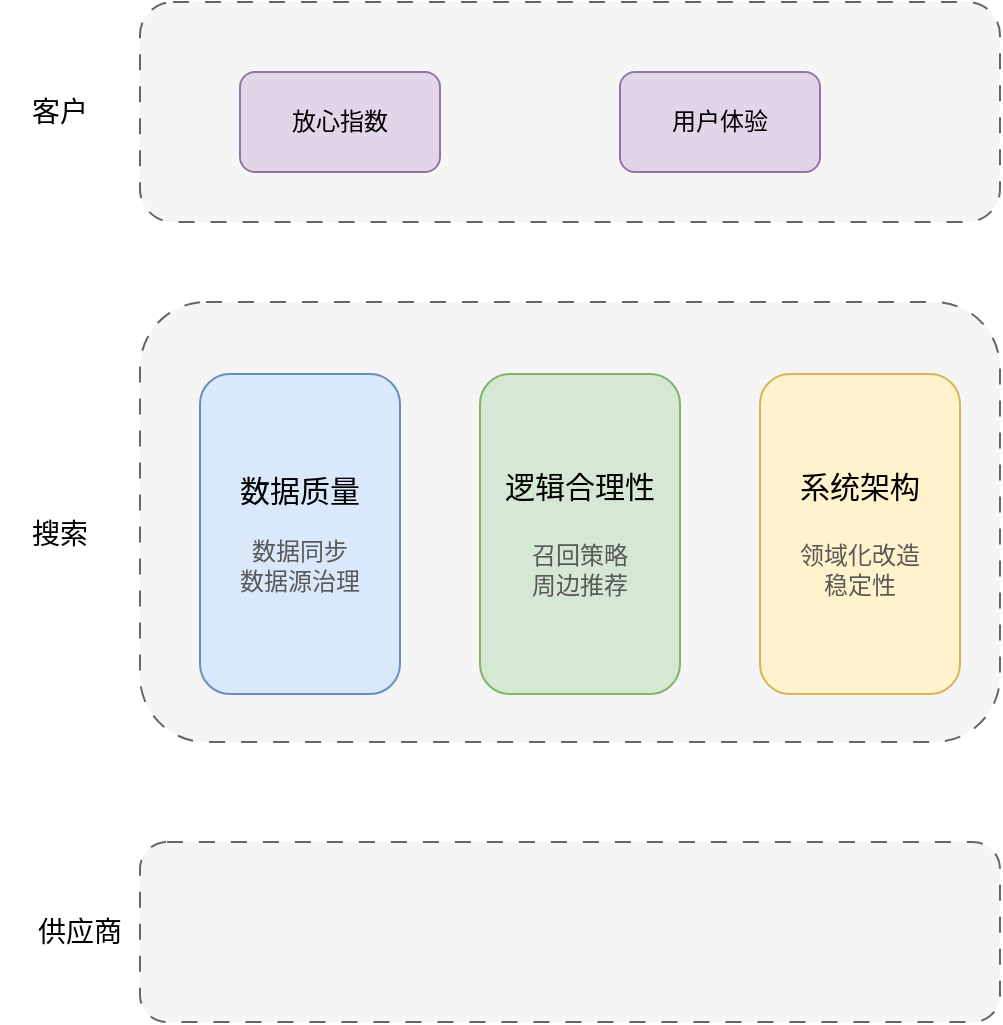
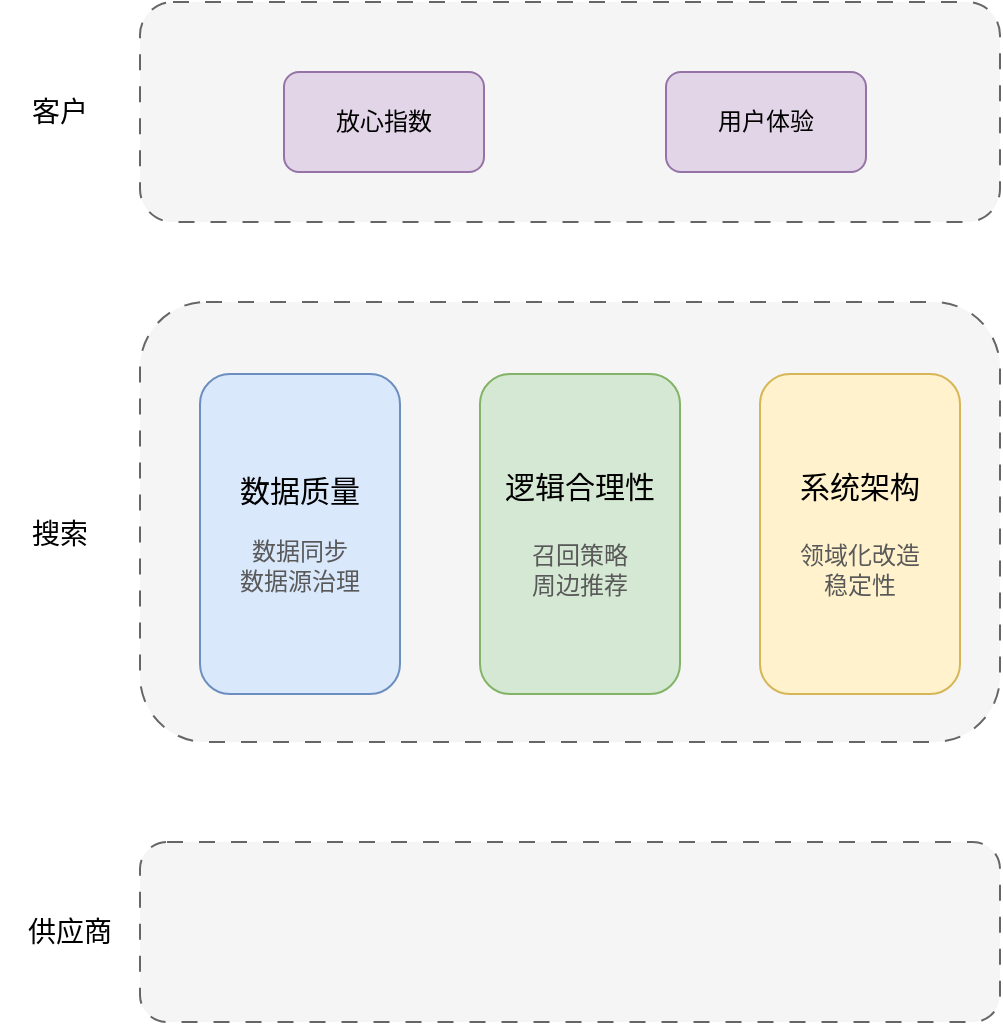
<mxfile host="app.diagrams.net">
  <diagram name="Page-1" id="1cR07LBDFx1RoSJZ6Wql">
-     <mxGraphModel dx="1174" dy="696" grid="1" gridSize="10" guides="1" tooltips="1" connect="1" arrows="1" fold="1" page="1" pageScale="1" pageWidth="850" pageHeight="1100" math="0" shadow="0">
+     <mxGraphModel dx="1414" dy="743" grid="1" gridSize="10" guides="1" tooltips="1" connect="1" arrows="1" fold="1" page="1" pageScale="1" pageWidth="850" pageHeight="1100" math="0" shadow="0">
      <root>
        <mxCell id="0" />
        <mxCell id="1" parent="0" />
        <mxCell id="Adaqf0mwLsDgr5pI4iPU-1" parent="1" style="rounded=1;whiteSpace=wrap;html=1;dashed=1;dashPattern=8 8;fillColor=#f5f5f5;fontColor=#333333;strokeColor=#666666;" value="" vertex="1">
          <mxGeometry height="110" width="430" x="80" y="40" as="geometry" />
        </mxCell>
        <mxCell id="Adaqf0mwLsDgr5pI4iPU-2" parent="1" style="text;html=1;whiteSpace=wrap;strokeColor=none;fillColor=none;align=center;verticalAlign=middle;rounded=0;fontSize=14;" value="客户" vertex="1">
          <mxGeometry height="30" width="60" x="10" y="80" as="geometry" />
        </mxCell>
        <mxCell id="Adaqf0mwLsDgr5pI4iPU-3" parent="1" style="rounded=1;whiteSpace=wrap;html=1;dashed=1;dashPattern=8 8;fillColor=#f5f5f5;fontColor=#333333;strokeColor=#666666;" value="" vertex="1">
          <mxGeometry height="220" width="430" x="80" y="190" as="geometry" />
        </mxCell>
        <mxCell id="Adaqf0mwLsDgr5pI4iPU-4" parent="1" style="rounded=1;whiteSpace=wrap;html=1;dashed=1;dashPattern=8 8;fillColor=#f5f5f5;fontColor=#333333;strokeColor=#666666;" value="" vertex="1">
          <mxGeometry height="90" width="430" x="80" y="460" as="geometry" />
        </mxCell>
        <mxCell id="Adaqf0mwLsDgr5pI4iPU-5" parent="1" style="text;html=1;whiteSpace=wrap;strokeColor=none;fillColor=none;align=center;verticalAlign=middle;rounded=0;fontSize=14;" value="供应商" vertex="1">
-           <mxGeometry height="30" width="60" x="20" y="490" as="geometry" />
+           <mxGeometry height="30" width="60" x="15" y="490" as="geometry" />
        </mxCell>
        <mxCell id="Adaqf0mwLsDgr5pI4iPU-6" parent="1" style="rounded=1;whiteSpace=wrap;html=1;fillColor=#dae8fc;strokeColor=#6c8ebf;" value="&lt;font style=&quot;font-size: 15px;&quot;&gt;数据质量&lt;/font&gt;&lt;div&gt;&lt;br&gt;&lt;/div&gt;&lt;div&gt;&lt;span style=&quot;color: rgb(89, 89, 89);&quot;&gt;数据同步&lt;/span&gt;&lt;/div&gt;&lt;div&gt;&lt;span style=&quot;color: rgb(89, 89, 89);&quot;&gt;数据源治理&lt;/span&gt;&lt;/div&gt;" vertex="1">
          <mxGeometry height="160" width="100" x="110" y="226" as="geometry" />
        </mxCell>
        <mxCell id="Adaqf0mwLsDgr5pI4iPU-7" parent="1" style="rounded=1;whiteSpace=wrap;html=1;fillColor=#d5e8d4;strokeColor=#82b366;" value="&lt;font style=&quot;font-size: 15px;&quot;&gt;逻辑合理性&lt;/font&gt;&lt;div&gt;&lt;font style=&quot;font-size: 15px;&quot;&gt;&lt;br&gt;&lt;/font&gt;&lt;/div&gt;&lt;div&gt;&lt;span style=&quot;color: rgb(89, 89, 89);&quot;&gt;&lt;font&gt;召回策略&lt;/font&gt;&lt;/span&gt;&lt;/div&gt;&lt;div&gt;&lt;font style=&quot;color: rgb(89, 89, 89);&quot;&gt;周边推荐&lt;/font&gt;&lt;/div&gt;" vertex="1">
          <mxGeometry height="160" width="100" x="250" y="226" as="geometry" />
        </mxCell>
        <mxCell id="Adaqf0mwLsDgr5pI4iPU-8" parent="1" style="rounded=1;whiteSpace=wrap;html=1;fillColor=#fff2cc;strokeColor=#d6b656;" value="&lt;font style=&quot;font-size: 15px;&quot;&gt;系统架构&lt;/font&gt;&lt;div&gt;&lt;font style=&quot;font-size: 15px;&quot;&gt;&lt;br&gt;&lt;/font&gt;&lt;/div&gt;&lt;div&gt;&lt;font style=&quot;color: rgb(89, 89, 89);&quot;&gt;领域化改造&lt;/font&gt;&lt;/div&gt;&lt;div&gt;&lt;font style=&quot;color: rgb(89, 89, 89);&quot;&gt;稳定性&lt;/font&gt;&lt;/div&gt;" vertex="1">
          <mxGeometry height="160" width="100" x="390" y="226" as="geometry" />
        </mxCell>
        <mxCell id="Adaqf0mwLsDgr5pI4iPU-9" parent="1" style="text;html=1;whiteSpace=wrap;strokeColor=none;fillColor=none;align=center;verticalAlign=middle;rounded=0;fontSize=14;" value="搜索" vertex="1">
          <mxGeometry height="30" width="60" x="10" y="291" as="geometry" />
        </mxCell>
        <mxCell id="Adaqf0mwLsDgr5pI4iPU-10" parent="1" style="rounded=1;whiteSpace=wrap;html=1;fillColor=#e1d5e7;strokeColor=#9673a6;" value="放心指数" vertex="1">
-           <mxGeometry height="50" width="100" x="130" y="75" as="geometry" />
+           <mxGeometry height="50" width="100" x="152" y="75" as="geometry" />
        </mxCell>
        <mxCell id="Adaqf0mwLsDgr5pI4iPU-11" parent="1" style="rounded=1;whiteSpace=wrap;html=1;fillColor=#e1d5e7;strokeColor=#9673a6;" value="用户体验" vertex="1">
-           <mxGeometry height="50" width="100" x="320" y="75" as="geometry" />
+           <mxGeometry height="50" width="100" x="343" y="75" as="geometry" />
        </mxCell>
      </root>
    </mxGraphModel>
  </diagram>
</mxfile>
